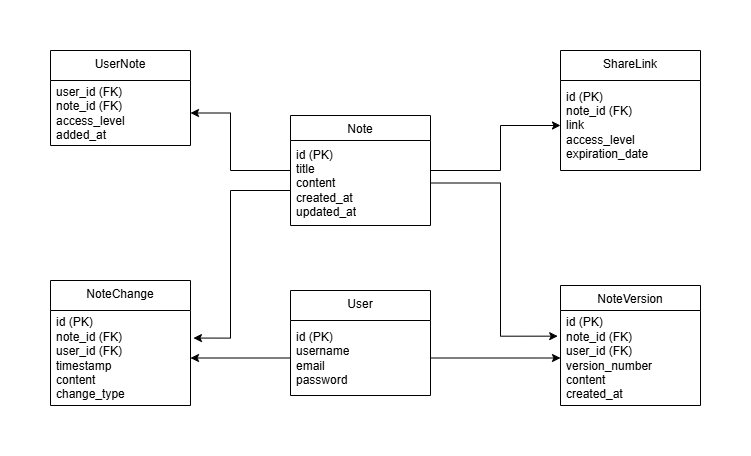
Before: assets/relationalModel.png, a diagram exported from draw.io (lurio84/CloudComputingProject). Source tidied: cells renumbered, new cells last; positions are measured from the earlier drawing's top-left corner, leaving out a move shared by most shapes. Its diagram source:
```xml
<mxGraphModel>
  <root>
    <mxCell id="0" />
    <mxCell id="1" parent="0" />
    <mxCell id="2" value="NoteChange" style="swimlane;fontStyle=0;align=center;verticalAlign=top;horizontal=1;startSize=30;html=1;whiteSpace=wrap;" parent="1" vertex="1">
      <mxGeometry y="230" width="140" height="125" as="geometry" />
    </mxCell>
    <mxCell id="3" value="id (PK)&lt;div&gt;note_id (FK)&lt;/div&gt;&lt;div&gt;user_id (FK)&lt;/div&gt;&lt;div&gt;timestamp&lt;/div&gt;&lt;div&gt;&lt;span style=&quot;background-color: initial;&quot;&gt;content&lt;/span&gt;&lt;/div&gt;&lt;div&gt;change_type&lt;/div&gt;" style="text;html=1;strokeColor=none;fillColor=none;align=left;verticalAlign=middle;spacingLeft=4;spacingRight=4;overflow=hidden;points=[[0,0.5],[1,0.5]];portConstraint=eastwest;whiteSpace=wrap;" parent="2" vertex="1">
      <mxGeometry y="30" width="140" height="95" as="geometry" />
    </mxCell>
    <mxCell id="4" value="Note" style="swimlane;fontStyle=0;align=center;verticalAlign=top;horizontal=1;startSize=25;html=1;whiteSpace=wrap;" parent="1" vertex="1">
      <mxGeometry x="240" y="65" width="140" height="110" as="geometry" />
    </mxCell>
    <mxCell id="5" value="id (PK)&lt;div&gt;title&lt;/div&gt;&lt;div&gt;content&lt;/div&gt;&lt;div&gt;created_at&lt;/div&gt;&lt;div&gt;updated_at&lt;/div&gt;" style="text;html=1;strokeColor=none;fillColor=none;align=left;verticalAlign=middle;spacingLeft=4;spacingRight=4;overflow=hidden;points=[[0,0.5],[1,0.5]];portConstraint=eastwest;whiteSpace=wrap;" parent="4" vertex="1">
      <mxGeometry y="25" width="140" height="85" as="geometry" />
    </mxCell>
    <mxCell id="6" value="NoteVersion" style="swimlane;fontStyle=0;align=center;verticalAlign=top;horizontal=1;startSize=25;html=1;whiteSpace=wrap;" parent="1" vertex="1">
      <mxGeometry x="510" y="235" width="140" height="120" as="geometry" />
    </mxCell>
    <mxCell id="7" value="id (PK)&lt;div&gt;note_id (FK)&lt;/div&gt;&lt;div&gt;user_id (FK)&lt;/div&gt;&lt;div&gt;version_number&lt;/div&gt;&lt;div&gt;content&lt;/div&gt;&lt;div&gt;created_at&lt;/div&gt;" style="text;html=1;strokeColor=none;fillColor=none;align=left;verticalAlign=middle;spacingLeft=4;spacingRight=4;overflow=hidden;points=[[0,0.5],[1,0.5]];portConstraint=eastwest;whiteSpace=wrap;" parent="6" vertex="1">
      <mxGeometry y="25" width="140" height="95" as="geometry" />
    </mxCell>
    <mxCell id="8" value="User&lt;div&gt;&lt;br&gt;&lt;/div&gt;" style="swimlane;fontStyle=0;align=center;verticalAlign=top;horizontal=1;startSize=30;html=1;whiteSpace=wrap;" parent="1" vertex="1">
      <mxGeometry x="240" y="240" width="140" height="105" as="geometry" />
    </mxCell>
    <mxCell id="9" value="id (PK)&lt;div&gt;username&lt;/div&gt;&lt;div&gt;email&lt;/div&gt;&lt;div&gt;password&lt;/div&gt;" style="text;html=1;strokeColor=none;fillColor=none;align=left;verticalAlign=middle;spacingLeft=4;spacingRight=4;overflow=hidden;points=[[0,0.5],[1,0.5]];portConstraint=eastwest;whiteSpace=wrap;" parent="8" vertex="1">
      <mxGeometry y="30" width="140" height="75" as="geometry" />
    </mxCell>
    <mxCell id="10" value="UserNote" style="swimlane;fontStyle=0;align=center;verticalAlign=top;horizontal=1;startSize=30;html=1;whiteSpace=wrap;" parent="1" vertex="1">
      <mxGeometry width="140" height="95" as="geometry" />
    </mxCell>
    <mxCell id="11" value="user_id (FK)&lt;div&gt;note_id (FK)&lt;/div&gt;&lt;div&gt;access_level&lt;/div&gt;&lt;div&gt;added_at&lt;/div&gt;" style="text;html=1;strokeColor=none;fillColor=none;align=left;verticalAlign=middle;spacingLeft=4;spacingRight=4;overflow=hidden;points=[[0,0.5],[1,0.5]];portConstraint=eastwest;whiteSpace=wrap;" parent="10" vertex="1">
      <mxGeometry y="30" width="140" height="65" as="geometry" />
    </mxCell>
    <mxCell id="12" value="ShareLink" style="swimlane;fontStyle=0;align=center;verticalAlign=top;horizontal=1;startSize=30;html=1;whiteSpace=wrap;" parent="1" vertex="1">
      <mxGeometry x="510" width="140" height="120" as="geometry" />
    </mxCell>
    <mxCell id="13" value="id (PK)&lt;div&gt;note_id (FK)&lt;/div&gt;&lt;div&gt;link&lt;/div&gt;&lt;div&gt;a&lt;span style=&quot;background-color: initial;&quot;&gt;ccess_level&lt;/span&gt;&lt;/div&gt;&lt;div&gt;expiration_date&lt;/div&gt;" style="text;html=1;strokeColor=none;fillColor=none;align=left;verticalAlign=middle;spacingLeft=4;spacingRight=4;overflow=hidden;points=[[0,0.5],[1,0.5]];portConstraint=eastwest;whiteSpace=wrap;" parent="12" vertex="1">
      <mxGeometry y="30" width="140" height="90" as="geometry" />
    </mxCell>
    <mxCell id="14" style="edgeStyle=orthogonalEdgeStyle;rounded=0;jettySize=auto;html=1;entryX=1;entryY=0.5;entryDx=0;entryDy=0;" parent="1" edge="1" source="9" target="3">
      <mxGeometry relative="1" as="geometry" />
    </mxCell>
    <mxCell id="15" style="edgeStyle=orthogonalEdgeStyle;rounded=0;jettySize=auto;html=1;exitX=1;exitY=0.5;exitDx=0;exitDy=0;entryX=0;entryY=0.5;entryDx=0;entryDy=0;" parent="1" edge="1" source="9" target="7">
      <mxGeometry relative="1" as="geometry" />
    </mxCell>
    <mxCell id="16" style="edgeStyle=orthogonalEdgeStyle;rounded=0;jettySize=auto;html=1;entryX=1;entryY=0.5;entryDx=0;entryDy=0;" parent="1" edge="1" source="5" target="11">
      <mxGeometry relative="1" as="geometry">
        <Array as="points">
          <mxPoint x="180" y="120" />
          <mxPoint x="180" y="63" />
        </Array>
      </mxGeometry>
    </mxCell>
    <mxCell id="17" style="edgeStyle=orthogonalEdgeStyle;rounded=0;jettySize=auto;html=1;exitX=1;exitY=0.5;exitDx=0;exitDy=0;entryX=0;entryY=0.5;entryDx=0;entryDy=0;" parent="1" edge="1" source="5" target="13">
      <mxGeometry relative="1" as="geometry">
        <Array as="points">
          <mxPoint x="380" y="120" />
          <mxPoint x="450" y="120" />
          <mxPoint x="450" y="75" />
        </Array>
      </mxGeometry>
    </mxCell>
    <mxCell id="18" style="edgeStyle=orthogonalEdgeStyle;rounded=0;jettySize=auto;html=1;entryX=1.021;entryY=0.29;entryDx=0;entryDy=0;entryPerimeter=0;" parent="1" edge="1" source="5" target="3">
      <mxGeometry relative="1" as="geometry">
        <Array as="points">
          <mxPoint x="180" y="140" />
          <mxPoint x="180" y="288" />
        </Array>
      </mxGeometry>
    </mxCell>
    <mxCell id="19" style="edgeStyle=orthogonalEdgeStyle;rounded=0;jettySize=auto;html=1;entryX=-0.02;entryY=0.27;entryDx=0;entryDy=0;entryPerimeter=0;" parent="1" edge="1" source="5" target="7">
      <mxGeometry relative="1" as="geometry">
        <Array as="points">
          <mxPoint x="450" y="133" />
          <mxPoint x="450" y="286" />
        </Array>
      </mxGeometry>
    </mxCell>
  </root>
</mxGraphModel>
```
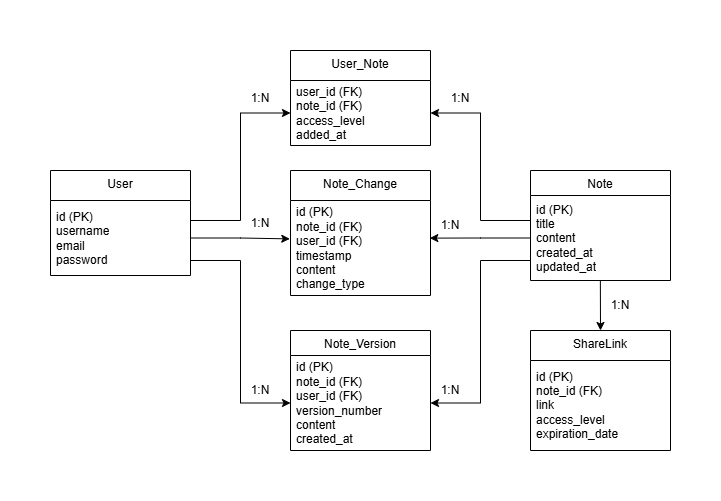
The same file after the commit.

The edit, as a diff of the source:
```diff
@@ -2,80 +2,103 @@
   <root>
     <mxCell id="0" />
     <mxCell id="1" parent="0" />
-    <mxCell id="2" value="NoteChange" style="swimlane;fontStyle=0;align=center;verticalAlign=top;horizontal=1;startSize=30;html=1;whiteSpace=wrap;" parent="1" vertex="1">
-      <mxGeometry y="230" width="140" height="125" as="geometry" />
+    <mxCell id="2" value="Note_Change" style="swimlane;fontStyle=0;align=center;verticalAlign=top;horizontal=1;startSize=30;html=1;whiteSpace=wrap;" parent="1" vertex="1">
+      <mxGeometry x="20" y="180" width="140" height="125" as="geometry" />
     </mxCell>
     <mxCell id="3" value="id (PK)&lt;div&gt;note_id (FK)&lt;/div&gt;&lt;div&gt;user_id (FK)&lt;/div&gt;&lt;div&gt;timestamp&lt;/div&gt;&lt;div&gt;&lt;span style=&quot;background-color: initial;&quot;&gt;content&lt;/span&gt;&lt;/div&gt;&lt;div&gt;change_type&lt;/div&gt;" style="text;html=1;strokeColor=none;fillColor=none;align=left;verticalAlign=middle;spacingLeft=4;spacingRight=4;overflow=hidden;points=[[0,0.5],[1,0.5]];portConstraint=eastwest;whiteSpace=wrap;" parent="2" vertex="1">
       <mxGeometry y="30" width="140" height="95" as="geometry" />
     </mxCell>
     <mxCell id="4" value="Note" style="swimlane;fontStyle=0;align=center;verticalAlign=top;horizontal=1;startSize=25;html=1;whiteSpace=wrap;" parent="1" vertex="1">
-      <mxGeometry x="240" y="65" width="140" height="110" as="geometry" />
+      <mxGeometry x="260" y="180" width="140" height="110" as="geometry" />
     </mxCell>
     <mxCell id="5" value="id (PK)&lt;div&gt;title&lt;/div&gt;&lt;div&gt;content&lt;/div&gt;&lt;div&gt;created_at&lt;/div&gt;&lt;div&gt;updated_at&lt;/div&gt;" style="text;html=1;strokeColor=none;fillColor=none;align=left;verticalAlign=middle;spacingLeft=4;spacingRight=4;overflow=hidden;points=[[0,0.5],[1,0.5]];portConstraint=eastwest;whiteSpace=wrap;" parent="4" vertex="1">
       <mxGeometry y="25" width="140" height="85" as="geometry" />
     </mxCell>
-    <mxCell id="6" value="NoteVersion" style="swimlane;fontStyle=0;align=center;verticalAlign=top;horizontal=1;startSize=25;html=1;whiteSpace=wrap;" parent="1" vertex="1">
-      <mxGeometry x="510" y="235" width="140" height="120" as="geometry" />
+    <mxCell id="6" value="Note_Version" style="swimlane;fontStyle=0;align=center;verticalAlign=top;horizontal=1;startSize=25;html=1;whiteSpace=wrap;" parent="1" vertex="1">
+      <mxGeometry x="20" y="340" width="140" height="120" as="geometry" />
     </mxCell>
     <mxCell id="7" value="id (PK)&lt;div&gt;note_id (FK)&lt;/div&gt;&lt;div&gt;user_id (FK)&lt;/div&gt;&lt;div&gt;version_number&lt;/div&gt;&lt;div&gt;content&lt;/div&gt;&lt;div&gt;created_at&lt;/div&gt;" style="text;html=1;strokeColor=none;fillColor=none;align=left;verticalAlign=middle;spacingLeft=4;spacingRight=4;overflow=hidden;points=[[0,0.5],[1,0.5]];portConstraint=eastwest;whiteSpace=wrap;" parent="6" vertex="1">
       <mxGeometry y="25" width="140" height="95" as="geometry" />
     </mxCell>
     <mxCell id="8" value="User&lt;div&gt;&lt;br&gt;&lt;/div&gt;" style="swimlane;fontStyle=0;align=center;verticalAlign=top;horizontal=1;startSize=30;html=1;whiteSpace=wrap;" parent="1" vertex="1">
-      <mxGeometry x="240" y="240" width="140" height="105" as="geometry" />
+      <mxGeometry x="-220" y="180" width="140" height="105" as="geometry" />
     </mxCell>
     <mxCell id="9" value="id (PK)&lt;div&gt;username&lt;/div&gt;&lt;div&gt;email&lt;/div&gt;&lt;div&gt;password&lt;/div&gt;" style="text;html=1;strokeColor=none;fillColor=none;align=left;verticalAlign=middle;spacingLeft=4;spacingRight=4;overflow=hidden;points=[[0,0.5],[1,0.5]];portConstraint=eastwest;whiteSpace=wrap;" parent="8" vertex="1">
       <mxGeometry y="30" width="140" height="75" as="geometry" />
     </mxCell>
-    <mxCell id="10" value="UserNote" style="swimlane;fontStyle=0;align=center;verticalAlign=top;horizontal=1;startSize=30;html=1;whiteSpace=wrap;" parent="1" vertex="1">
-      <mxGeometry width="140" height="95" as="geometry" />
+    <mxCell id="10" value="User_Note" style="swimlane;fontStyle=0;align=center;verticalAlign=top;horizontal=1;startSize=30;html=1;whiteSpace=wrap;" parent="1" vertex="1">
+      <mxGeometry x="20" y="60" width="140" height="95" as="geometry" />
     </mxCell>
     <mxCell id="11" value="user_id (FK)&lt;div&gt;note_id (FK)&lt;/div&gt;&lt;div&gt;access_level&lt;/div&gt;&lt;div&gt;added_at&lt;/div&gt;" style="text;html=1;strokeColor=none;fillColor=none;align=left;verticalAlign=middle;spacingLeft=4;spacingRight=4;overflow=hidden;points=[[0,0.5],[1,0.5]];portConstraint=eastwest;whiteSpace=wrap;" parent="10" vertex="1">
       <mxGeometry y="30" width="140" height="65" as="geometry" />
     </mxCell>
     <mxCell id="12" value="ShareLink" style="swimlane;fontStyle=0;align=center;verticalAlign=top;horizontal=1;startSize=30;html=1;whiteSpace=wrap;" parent="1" vertex="1">
-      <mxGeometry x="510" width="140" height="120" as="geometry" />
+      <mxGeometry x="260" y="340" width="140" height="120" as="geometry" />
     </mxCell>
     <mxCell id="13" value="id (PK)&lt;div&gt;note_id (FK)&lt;/div&gt;&lt;div&gt;link&lt;/div&gt;&lt;div&gt;a&lt;span style=&quot;background-color: initial;&quot;&gt;ccess_level&lt;/span&gt;&lt;/div&gt;&lt;div&gt;expiration_date&lt;/div&gt;" style="text;html=1;strokeColor=none;fillColor=none;align=left;verticalAlign=middle;spacingLeft=4;spacingRight=4;overflow=hidden;points=[[0,0.5],[1,0.5]];portConstraint=eastwest;whiteSpace=wrap;" parent="12" vertex="1">
       <mxGeometry y="30" width="140" height="90" as="geometry" />
     </mxCell>
+    <mxCell id="20" style="edgeStyle=orthogonalEdgeStyle;rounded=0;jettySize=auto;html=1;entryX=0;entryY=0.5;entryDx=0;entryDy=0;" parent="1" edge="1" source="9" target="11">
+      <mxGeometry relative="1" as="geometry">
+        <Array as="points">
+          <mxPoint x="-30" y="230" />
+          <mxPoint x="-30" y="123" />
+        </Array>
+      </mxGeometry>
+    </mxCell>
-    <mxCell id="14" style="edgeStyle=orthogonalEdgeStyle;rounded=0;jettySize=auto;html=1;entryX=1;entryY=0.5;entryDx=0;entryDy=0;" parent="1" edge="1" source="9" target="3">
+    <mxCell id="14" style="edgeStyle=orthogonalEdgeStyle;rounded=0;jettySize=auto;html=1;entryX=-0.005;entryY=0.404;entryDx=0;entryDy=0;entryPerimeter=0;" parent="1" edge="1" source="9" target="3">
       <mxGeometry relative="1" as="geometry" />
     </mxCell>
-    <mxCell id="15" style="edgeStyle=orthogonalEdgeStyle;rounded=0;jettySize=auto;html=1;exitX=1;exitY=0.5;exitDx=0;exitDy=0;entryX=0;entryY=0.5;entryDx=0;entryDy=0;" parent="1" edge="1" source="9" target="7">
-      <mxGeometry relative="1" as="geometry" />
+    <mxCell id="15" style="edgeStyle=orthogonalEdgeStyle;rounded=0;jettySize=auto;html=1;entryX=0;entryY=0.5;entryDx=0;entryDy=0;" parent="1" edge="1" source="9" target="7">
+      <mxGeometry relative="1" as="geometry">
+        <Array as="points">
+          <mxPoint x="-30" y="270" />
+          <mxPoint x="-30" y="413" />
+        </Array>
+      </mxGeometry>
     </mxCell>
-    <mxCell id="16" style="edgeStyle=orthogonalEdgeStyle;rounded=0;jettySize=auto;html=1;entryX=1;entryY=0.5;entryDx=0;entryDy=0;" parent="1" edge="1" source="5" target="11">
-      <mxGeometry relative="1" as="geometry">
-        <Array as="points">
-          <mxPoint x="180" y="120" />
-          <mxPoint x="180" y="63" />
-        </Array>
-      </mxGeometry>
-    </mxCell>
-    <mxCell id="17" style="edgeStyle=orthogonalEdgeStyle;rounded=0;jettySize=auto;html=1;exitX=1;exitY=0.5;exitDx=0;exitDy=0;entryX=0;entryY=0.5;entryDx=0;entryDy=0;" parent="1" edge="1" source="5" target="13">
-      <mxGeometry relative="1" as="geometry">
-        <Array as="points">
-          <mxPoint x="380" y="120" />
-          <mxPoint x="450" y="120" />
-          <mxPoint x="450" y="75" />
-        </Array>
-      </mxGeometry>
-    </mxCell>
-    <mxCell id="18" style="edgeStyle=orthogonalEdgeStyle;rounded=0;jettySize=auto;html=1;entryX=1.021;entryY=0.29;entryDx=0;entryDy=0;entryPerimeter=0;" parent="1" edge="1" source="5" target="3">
-      <mxGeometry relative="1" as="geometry">
-        <Array as="points">
-          <mxPoint x="180" y="140" />
-          <mxPoint x="180" y="288" />
-        </Array>
-      </mxGeometry>
+    <mxCell id="18" style="edgeStyle=orthogonalEdgeStyle;rounded=0;jettySize=auto;html=1;entryX=0.995;entryY=0.396;entryDx=0;entryDy=0;entryPerimeter=0;" parent="1" edge="1" source="5" target="3">
+      <mxGeometry relative="1" as="geometry" />
     </mxCell>
-    <mxCell id="19" style="edgeStyle=orthogonalEdgeStyle;rounded=0;jettySize=auto;html=1;entryX=-0.02;entryY=0.27;entryDx=0;entryDy=0;entryPerimeter=0;" parent="1" edge="1" source="5" target="7">
+    <mxCell id="19" style="edgeStyle=orthogonalEdgeStyle;rounded=0;jettySize=auto;html=1;entryX=1;entryY=0.5;entryDx=0;entryDy=0;" parent="1" edge="1" source="5" target="7">
       <mxGeometry relative="1" as="geometry">
         <Array as="points">
-          <mxPoint x="450" y="133" />
-          <mxPoint x="450" y="286" />
+          <mxPoint x="210" y="270" />
+          <mxPoint x="210" y="413" />
         </Array>
       </mxGeometry>
     </mxCell>
+    <mxCell id="21" style="endArrow=classic;html=1;rounded=0;entryX=0.5;entryY=0;entryDx=0;entryDy=0;exitX=0.499;exitY=1.005;exitDx=0;exitDy=0;exitPerimeter=0;" parent="1" edge="1" source="5" target="12">
+      <mxGeometry relative="1" as="geometry" />
+    </mxCell>
+    <mxCell id="22" value="1:N" style="text;html=1;align=center;verticalAlign=middle;whiteSpace=wrap;rounded=0;" parent="1" vertex="1">
+      <mxGeometry x="-40" y="92.5" width="60" height="30" as="geometry" />
+    </mxCell>
+    <mxCell id="23" value="1:N" style="text;html=1;align=center;verticalAlign=middle;whiteSpace=wrap;rounded=0;" parent="1" vertex="1">
+      <mxGeometry x="-40" y="217.5" width="60" height="30" as="geometry" />
+    </mxCell>
+    <mxCell id="24" value="1:N" style="text;html=1;align=center;verticalAlign=middle;whiteSpace=wrap;rounded=0;" parent="1" vertex="1">
+      <mxGeometry x="-40" y="385" width="60" height="30" as="geometry" />
+    </mxCell>
+    <mxCell id="25" value="1:N" style="text;html=1;align=center;verticalAlign=middle;whiteSpace=wrap;rounded=0;" parent="1" vertex="1">
+      <mxGeometry x="160" y="92.5" width="60" height="30" as="geometry" />
+    </mxCell>
+    <mxCell id="16" style="edgeStyle=orthogonalEdgeStyle;rounded=0;jettySize=auto;html=1;entryX=1;entryY=0.5;entryDx=0;entryDy=0;" parent="1" edge="1" source="5" target="11">
+      <mxGeometry relative="1" as="geometry">
+        <Array as="points">
+          <mxPoint x="210" y="230" />
+          <mxPoint x="210" y="122" />
+        </Array>
+      </mxGeometry>
+    </mxCell>
+    <mxCell id="26" value="1:N" style="text;html=1;align=center;verticalAlign=middle;whiteSpace=wrap;rounded=0;" parent="1" vertex="1">
+      <mxGeometry x="150" y="220" width="60" height="30" as="geometry" />
+    </mxCell>
+    <mxCell id="27" value="1:N" style="text;html=1;align=center;verticalAlign=middle;whiteSpace=wrap;rounded=0;" parent="1" vertex="1">
+      <mxGeometry x="150" y="385" width="60" height="30" as="geometry" />
+    </mxCell>
+    <mxCell id="28" value="1:N" style="text;html=1;align=center;verticalAlign=middle;whiteSpace=wrap;rounded=0;" parent="1" vertex="1">
+      <mxGeometry x="320" y="300" width="60" height="30" as="geometry" />
+    </mxCell>
   </root>
 </mxGraphModel>
```
